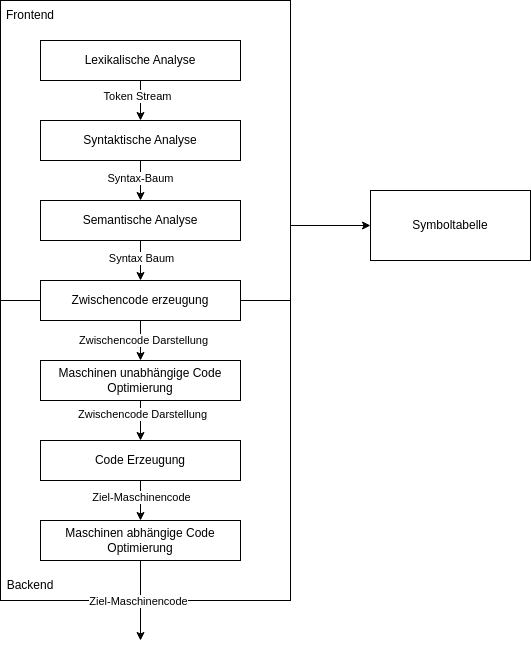
Earlier version of the draw.io export assets/img/compiler-ablauf-diagramm.png (lhahner/aspekte-formale-uebersetzung-programmiersprachen). Source tidied: cells renumbered, new cells last; positions are measured from the earlier drawing's top-left corner, leaving out a move shared by most shapes.
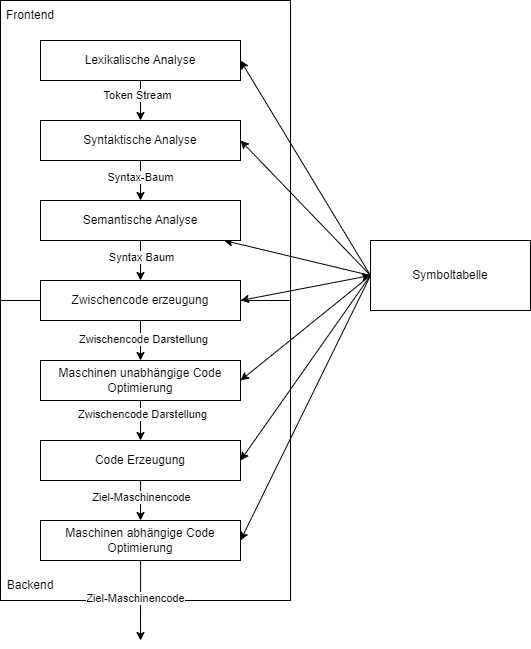
The same file after the commit.

The edit, as a diff of the source:
```diff
@@ -2,9 +2,6 @@
   <root>
     <mxCell id="0" />
     <mxCell id="1" parent="0" />
-    <mxCell id="2" style="edgeStyle=orthogonalEdgeStyle;rounded=0;jettySize=auto;html=1;exitX=1;exitY=0.75;exitDx=0;exitDy=0;" parent="1" edge="1" source="3" target="23">
-      <mxGeometry relative="1" as="geometry" />
-    </mxCell>
     <mxCell id="3" style="rounded=0;whiteSpace=wrap;html=1;" parent="1" vertex="1">
       <mxGeometry width="290" height="300" as="geometry" />
     </mxCell>
@@ -19,6 +16,9 @@
     <mxCell id="6" value="Ziel-Maschinencode" style="edgeLabel;html=1;align=center;verticalAlign=middle;" parent="5" vertex="1">
       <mxGeometry x="-0.21" relative="1" as="geometry" />
     </mxCell>
+    <mxCell id="29" style="rounded=0;jettySize=auto;html=1;entryX=0;entryY=0.5;entryDx=0;entryDy=0;exitX=1;exitY=0.5;exitDx=0;exitDy=0;startArrow=classic;startFill=1;endArrow=none;endFill=0;" parent="1" edge="1" source="7" target="23">
+      <mxGeometry relative="1" as="geometry" />
+    </mxCell>
     <mxCell id="7" value="Code Erzeugung" style="rounded=0;whiteSpace=wrap;html=1;" parent="1" vertex="1">
       <mxGeometry x="40" y="440" width="200" height="40" as="geometry" />
     </mxCell>
@@ -28,6 +28,9 @@
     <mxCell id="9" value="Syntax Baum" style="edgeLabel;html=1;align=center;verticalAlign=middle;" parent="8" vertex="1">
       <mxGeometry x="-0.15" relative="1" as="geometry" />
     </mxCell>
+    <mxCell id="30" style="rounded=0;jettySize=auto;html=1;startArrow=classic;startFill=1;entryX=0;entryY=0.5;entryDx=0;entryDy=0;endArrow=none;endFill=0;" parent="1" edge="1" source="10" target="23">
+      <mxGeometry relative="1" as="geometry" />
+    </mxCell>
     <mxCell id="10" value="Semantische Analyse" style="rounded=0;whiteSpace=wrap;html=1;" parent="1" vertex="1">
       <mxGeometry x="40" y="200" width="200" height="40" as="geometry" />
     </mxCell>
@@ -37,6 +40,9 @@
     <mxCell id="12" value="Token Stream" style="edgeLabel;html=1;align=center;verticalAlign=middle;" parent="11" vertex="1">
       <mxGeometry x="-0.25" y="-4" relative="1" as="geometry" />
     </mxCell>
+    <mxCell id="31" style="rounded=0;jettySize=auto;html=1;entryX=0;entryY=0.5;entryDx=0;entryDy=0;exitX=1;exitY=0.5;exitDx=0;exitDy=0;startArrow=classic;startFill=1;endArrow=none;endFill=0;" parent="1" edge="1" source="13" target="23">
+      <mxGeometry relative="1" as="geometry" />
+    </mxCell>
     <mxCell id="13" value="Lexikalische Analyse" style="rounded=0;whiteSpace=wrap;html=1;" parent="1" vertex="1">
       <mxGeometry x="40" y="40" width="200" height="40" as="geometry" />
     </mxCell>
@@ -46,6 +52,9 @@
     <mxCell id="15" value="Syntax-Baum" style="edgeLabel;html=1;align=center;verticalAlign=middle;" parent="14" vertex="1">
       <mxGeometry x="-0.15" y="-1" relative="1" as="geometry" />
     </mxCell>
+    <mxCell id="32" style="rounded=0;jettySize=auto;html=1;entryX=0;entryY=0.5;entryDx=0;entryDy=0;exitX=1;exitY=0.5;exitDx=0;exitDy=0;startArrow=classic;startFill=1;endArrow=none;endFill=0;" parent="1" edge="1" source="16" target="23">
+      <mxGeometry relative="1" as="geometry" />
+    </mxCell>
     <mxCell id="16" value="Syntaktische Analyse" style="rounded=0;whiteSpace=wrap;html=1;" parent="1" vertex="1">
       <mxGeometry x="40" y="120" width="200" height="40" as="geometry" />
     </mxCell>
@@ -55,6 +64,9 @@
     <mxCell id="18" value="Zwischencode Darstellung" style="edgeLabel;html=1;align=center;verticalAlign=middle;" parent="17" vertex="1">
       <mxGeometry x="-0.05" y="2" relative="1" as="geometry" />
     </mxCell>
+    <mxCell id="33" style="rounded=0;jettySize=auto;html=1;exitX=1;exitY=0.5;exitDx=0;exitDy=0;startArrow=classic;startFill=1;entryX=0;entryY=0.5;entryDx=0;entryDy=0;" parent="1" edge="1" source="19" target="23">
+      <mxGeometry relative="1" as="geometry" />
+    </mxCell>
     <mxCell id="19" value="Zwischencode erzeugung" style="rounded=0;whiteSpace=wrap;html=1;" parent="1" vertex="1">
       <mxGeometry x="40" y="280" width="200" height="40" as="geometry" />
     </mxCell>
@@ -64,11 +76,14 @@
     <mxCell id="21" value="Zwischencode Darstellung" style="edgeLabel;html=1;align=center;verticalAlign=middle;" parent="20" vertex="1">
       <mxGeometry x="-0.35" y="1" relative="1" as="geometry" />
     </mxCell>
+    <mxCell id="34" style="rounded=0;jettySize=auto;html=1;entryX=0;entryY=0.5;entryDx=0;entryDy=0;exitX=1;exitY=0.5;exitDx=0;exitDy=0;startArrow=classic;startFill=1;endArrow=none;endFill=0;" parent="1" edge="1" source="22" target="23">
+      <mxGeometry relative="1" as="geometry" />
+    </mxCell>
     <mxCell id="22" value="Maschinen unabhängige Code Optimierung" style="rounded=0;whiteSpace=wrap;html=1;" parent="1" vertex="1">
       <mxGeometry x="40" y="360" width="200" height="40" as="geometry" />
     </mxCell>
     <mxCell id="23" value="Symboltabelle" style="rounded=0;whiteSpace=wrap;html=1;" parent="1" vertex="1">
-      <mxGeometry x="370" y="190" width="160" height="70" as="geometry" />
+      <mxGeometry x="370" y="240" width="160" height="70" as="geometry" />
     </mxCell>
     <mxCell id="24" style="edgeStyle=orthogonalEdgeStyle;rounded=0;jettySize=auto;html=1;" parent="1" edge="1" source="26">
       <mxGeometry relative="1" as="geometry">
@@ -80,6 +95,9 @@
         <mxPoint x="-3" y="-3" as="offset" />
       </mxGeometry>
     </mxCell>
+    <mxCell id="35" style="rounded=0;jettySize=auto;html=1;entryX=0;entryY=0.5;entryDx=0;entryDy=0;exitX=1;exitY=0.5;exitDx=0;exitDy=0;startArrow=classic;startFill=1;endArrow=none;endFill=0;" parent="1" edge="1" source="26" target="23">
+      <mxGeometry relative="1" as="geometry" />
+    </mxCell>
     <mxCell id="26" value="Maschinen abhängige Code Optimierung" style="rounded=0;whiteSpace=wrap;html=1;" parent="1" vertex="1">
       <mxGeometry x="40" y="520" width="200" height="40" as="geometry" />
     </mxCell>
```
